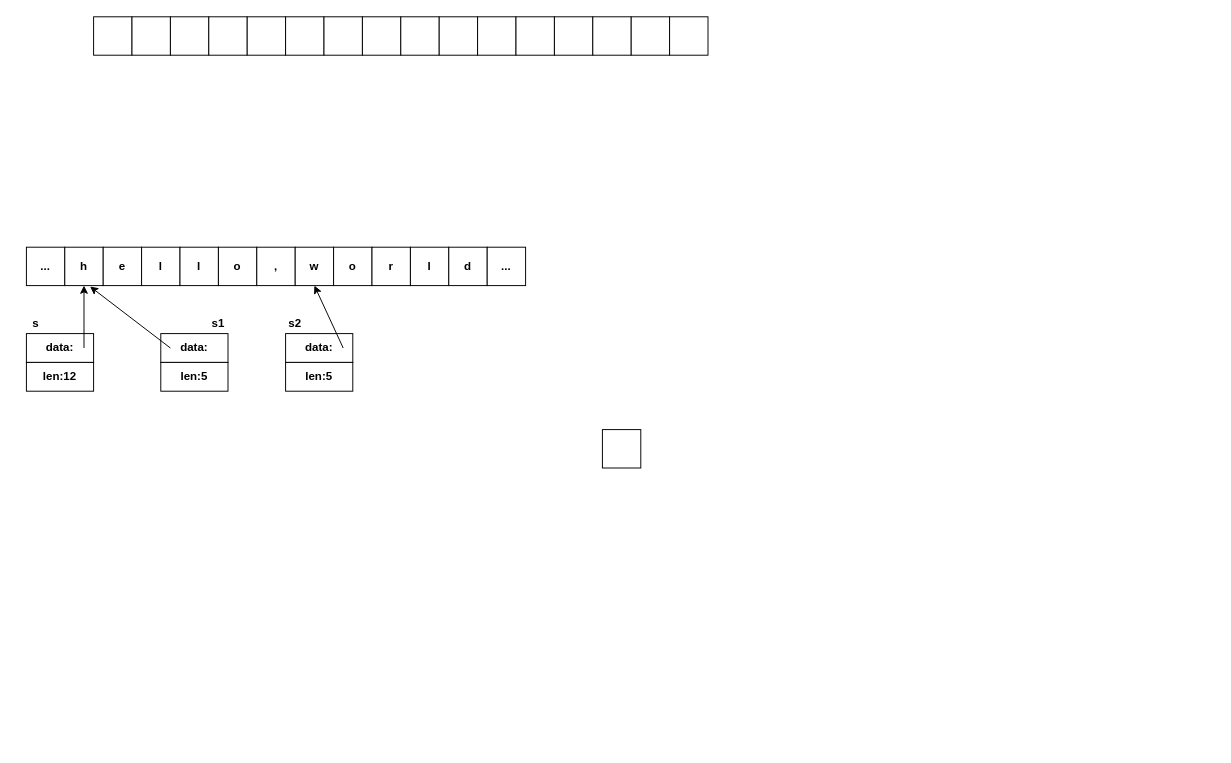
Before: go_basic.drawio in walkerdu/draw_io, a draw.io diagram. Source tidied: cells renumbered, new cells numbered last; positions are measured from the earlier drawing's top-left corner, leaving out a move shared by most shapes. Both pictures are drawn from the tidied source at 96%, with x=0, y=0 at pixel (16, 16).
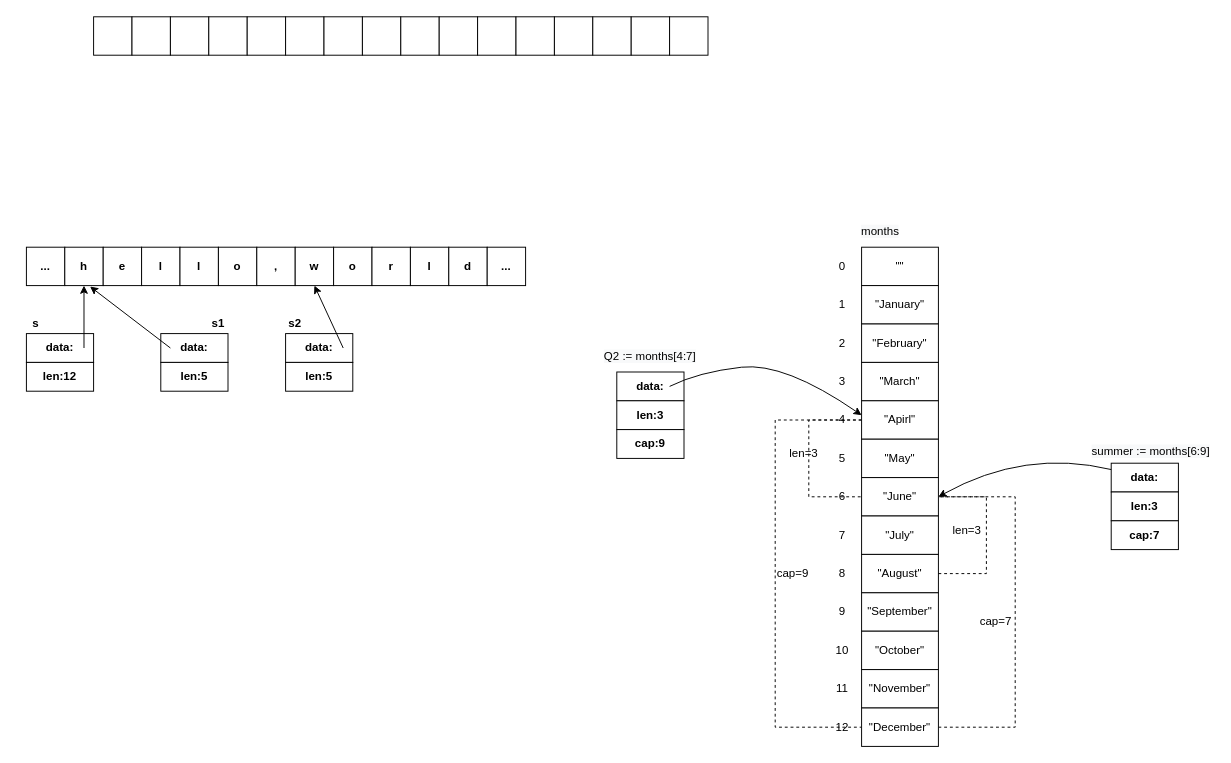
The same page after the edit.

What changed in the source:
```diff
@@
+    <mxCell id="47" style="strokeWidth=1;html=1;shape=mxgraph.flowchart.annotation_1;align=left;dashed=1;rotation=-180;" parent="1" vertex="1">
+      <mxGeometry x="960" y="500" width="80" height="240" as="geometry" />
+    </mxCell>
+    <mxCell id="48" value="cap=9" style="strokeWidth=1;html=1;shape=mxgraph.flowchart.annotation_1;align=left;dashed=1;" parent="1" vertex="1">
+      <mxGeometry x="790" y="420" width="90" height="320" as="geometry" />
+    </mxCell>
@@
-    <mxCell id="31" style="rounded=0;whiteSpace=wrap;html=1;" parent="1" vertex="1">
-      <mxGeometry x="610" y="430" width="40" height="40" as="geometry" />
+    <mxCell id="31" value="&quot;&quot;" style="rounded=0;whiteSpace=wrap;html=1;" parent="1" vertex="1">
+      <mxGeometry x="880" y="240" width="80" height="40" as="geometry" />
     </mxCell>
@@
+    <mxCell id="49" value="&quot;January&quot;" style="rounded=0;whiteSpace=wrap;html=1;" parent="1" vertex="1">
+      <mxGeometry x="880" y="280" width="80" height="40" as="geometry" />
+    </mxCell>
+    <mxCell id="50" value="&quot;February&quot;" style="rounded=0;whiteSpace=wrap;html=1;" parent="1" vertex="1">
+      <mxGeometry x="880" y="320" width="80" height="40" as="geometry" />
+    </mxCell>
+    <mxCell id="51" value="&quot;March&quot;" style="rounded=0;whiteSpace=wrap;html=1;" parent="1" vertex="1">
+      <mxGeometry x="880" y="360" width="80" height="40" as="geometry" />
+    </mxCell>
+    <mxCell id="52" value="&quot;Apirl&quot;" style="rounded=0;whiteSpace=wrap;html=1;" parent="1" vertex="1">
+      <mxGeometry x="880" y="400" width="80" height="40" as="geometry" />
+    </mxCell>
+    <mxCell id="53" value="&quot;May&quot;" style="rounded=0;whiteSpace=wrap;html=1;" parent="1" vertex="1">
+      <mxGeometry x="880" y="440" width="80" height="40" as="geometry" />
+    </mxCell>
+    <mxCell id="54" value="&quot;June&quot;" style="rounded=0;whiteSpace=wrap;html=1;" parent="1" vertex="1">
+      <mxGeometry x="880" y="480" width="80" height="40" as="geometry" />
+    </mxCell>
+    <mxCell id="55" value="&quot;July&quot;" style="rounded=0;whiteSpace=wrap;html=1;" parent="1" vertex="1">
+      <mxGeometry x="880" y="520" width="80" height="40" as="geometry" />
+    </mxCell>
+    <mxCell id="56" value="&quot;August&quot;" style="rounded=0;whiteSpace=wrap;html=1;" parent="1" vertex="1">
+      <mxGeometry x="880" y="560" width="80" height="40" as="geometry" />
+    </mxCell>
+    <mxCell id="57" value="&quot;September&quot;" style="rounded=0;whiteSpace=wrap;html=1;" parent="1" vertex="1">
+      <mxGeometry x="880" y="600" width="80" height="40" as="geometry" />
+    </mxCell>
+    <mxCell id="58" value="&quot;October&quot;" style="rounded=0;whiteSpace=wrap;html=1;" parent="1" vertex="1">
+      <mxGeometry x="880" y="640" width="80" height="40" as="geometry" />
+    </mxCell>
+    <mxCell id="59" value="&quot;November&quot;" style="rounded=0;whiteSpace=wrap;html=1;" parent="1" vertex="1">
+      <mxGeometry x="880" y="680" width="80" height="40" as="geometry" />
+    </mxCell>
+    <mxCell id="60" value="&quot;December&quot;" style="rounded=0;whiteSpace=wrap;html=1;" parent="1" vertex="1">
+      <mxGeometry x="880" y="720" width="80" height="40" as="geometry" />
+    </mxCell>
+    <mxCell id="61" value="0" style="text;html=1;strokeColor=none;fillColor=none;align=center;verticalAlign=middle;whiteSpace=wrap;rounded=0;" parent="1" vertex="1">
+      <mxGeometry x="840" y="250" width="40" height="20" as="geometry" />
+    </mxCell>
+    <mxCell id="62" value="1" style="text;html=1;strokeColor=none;fillColor=none;align=center;verticalAlign=middle;whiteSpace=wrap;rounded=0;" parent="1" vertex="1">
+      <mxGeometry x="840" y="290" width="40" height="20" as="geometry" />
+    </mxCell>
+    <mxCell id="63" value="2" style="text;html=1;strokeColor=none;fillColor=none;align=center;verticalAlign=middle;whiteSpace=wrap;rounded=0;" parent="1" vertex="1">
+      <mxGeometry x="840" y="330" width="40" height="20" as="geometry" />
+    </mxCell>
+    <mxCell id="64" value="3" style="text;html=1;strokeColor=none;fillColor=none;align=center;verticalAlign=middle;whiteSpace=wrap;rounded=0;" parent="1" vertex="1">
+      <mxGeometry x="840" y="370" width="40" height="20" as="geometry" />
+    </mxCell>
+    <mxCell id="65" value="4" style="text;html=1;strokeColor=none;fillColor=none;align=center;verticalAlign=middle;whiteSpace=wrap;rounded=0;" parent="1" vertex="1">
+      <mxGeometry x="840" y="410" width="40" height="20" as="geometry" />
+    </mxCell>
+    <mxCell id="66" value="5" style="text;html=1;strokeColor=none;fillColor=none;align=center;verticalAlign=middle;whiteSpace=wrap;rounded=0;" parent="1" vertex="1">
+      <mxGeometry x="840" y="450" width="40" height="20" as="geometry" />
+    </mxCell>
+    <mxCell id="67" value="6" style="text;html=1;strokeColor=none;fillColor=none;align=center;verticalAlign=middle;whiteSpace=wrap;rounded=0;" parent="1" vertex="1">
+      <mxGeometry x="840" y="490" width="40" height="20" as="geometry" />
+    </mxCell>
+    <mxCell id="68" value="7" style="text;html=1;strokeColor=none;fillColor=none;align=center;verticalAlign=middle;whiteSpace=wrap;rounded=0;" parent="1" vertex="1">
+      <mxGeometry x="840" y="530" width="40" height="20" as="geometry" />
+    </mxCell>
+    <mxCell id="69" value="8" style="text;html=1;strokeColor=none;fillColor=none;align=center;verticalAlign=middle;whiteSpace=wrap;rounded=0;" parent="1" vertex="1">
+      <mxGeometry x="840" y="570" width="40" height="20" as="geometry" />
+    </mxCell>
+    <mxCell id="70" value="9" style="text;html=1;strokeColor=none;fillColor=none;align=center;verticalAlign=middle;whiteSpace=wrap;rounded=0;" parent="1" vertex="1">
+      <mxGeometry x="840" y="610" width="40" height="20" as="geometry" />
+    </mxCell>
+    <mxCell id="71" value="10" style="text;html=1;strokeColor=none;fillColor=none;align=center;verticalAlign=middle;whiteSpace=wrap;rounded=0;" parent="1" vertex="1">
+      <mxGeometry x="840" y="650" width="40" height="20" as="geometry" />
+    </mxCell>
+    <mxCell id="72" value="11" style="text;html=1;strokeColor=none;fillColor=none;align=center;verticalAlign=middle;whiteSpace=wrap;rounded=0;" parent="1" vertex="1">
+      <mxGeometry x="840" y="690" width="40" height="20" as="geometry" />
+    </mxCell>
+    <mxCell id="73" value="12" style="text;html=1;strokeColor=none;fillColor=none;align=center;verticalAlign=middle;whiteSpace=wrap;rounded=0;" parent="1" vertex="1">
+      <mxGeometry x="840" y="730" width="40" height="20" as="geometry" />
+    </mxCell>
+    <mxCell id="74" value="&lt;span style=&quot;color: rgb(0 , 0 , 0) ; font-family: &amp;#34;helvetica&amp;#34; ; font-size: 12px ; font-style: normal ; font-weight: 400 ; letter-spacing: normal ; text-align: center ; text-indent: 0px ; text-transform: none ; word-spacing: 0px ; background-color: rgb(248 , 249 , 250) ; display: inline ; float: none&quot;&gt;months&lt;/span&gt;" style="text;whiteSpace=wrap;html=1;" parent="1" vertex="1">
+      <mxGeometry x="878" y="210" width="60" height="30" as="geometry" />
+    </mxCell>
+    <mxCell id="75" style="group;" parent="1" vertex="1">
+      <mxGeometry x="625" y="370" width="565" height="210" as="geometry" />
+    </mxCell>
+    <mxCell id="76" value="data:" style="rounded=0;whiteSpace=wrap;html=1;fontStyle=1;" parent="75" vertex="1">
+      <mxGeometry width="70" height="30" as="geometry" />
+    </mxCell>
+    <mxCell id="77" value="len:3" style="rounded=0;whiteSpace=wrap;html=1;fontStyle=1;" parent="75" vertex="1">
+      <mxGeometry y="30" width="70" height="30" as="geometry" />
+    </mxCell>
+    <mxCell id="78" style="group;" parent="75" vertex="1">
+      <mxGeometry x="515" y="95" width="70" height="60" as="geometry" />
+    </mxCell>
+    <mxCell id="79" value="data:" style="rounded=0;whiteSpace=wrap;html=1;fontStyle=1;" parent="78" vertex="1">
+      <mxGeometry width="70" height="30" as="geometry" />
+    </mxCell>
+    <mxCell id="80" value="len:3" style="rounded=0;whiteSpace=wrap;html=1;fontStyle=1;" parent="78" vertex="1">
+      <mxGeometry y="30" width="70" height="30" as="geometry" />
+    </mxCell>
+    <mxCell id="81" value="cap:7" style="rounded=0;whiteSpace=wrap;html=1;fontStyle=1;" parent="75" vertex="1">
+      <mxGeometry x="515" y="155" width="70" height="30" as="geometry" />
+    </mxCell>
+    <mxCell id="82" value="&lt;span style=&quot;color: rgb(0 , 0 , 0) ; font-family: &amp;#34;helvetica&amp;#34; ; font-size: 12px ; font-style: normal ; font-weight: 400 ; letter-spacing: normal ; text-align: center ; text-indent: 0px ; text-transform: none ; word-spacing: 0px ; background-color: rgb(248 , 249 , 250) ; display: inline ; float: none&quot;&gt;summer := months[6:9]&lt;/span&gt;" style="text;whiteSpace=wrap;html=1;" parent="75" vertex="1">
+      <mxGeometry x="493" y="69" width="130" height="30" as="geometry" />
+    </mxCell>
+    <mxCell id="83" style="strokeWidth=1;html=1;shape=mxgraph.flowchart.annotation_1;align=left;dashed=1;" parent="75" vertex="1">
+      <mxGeometry x="200" y="50" width="55" height="80" as="geometry" />
+    </mxCell>
+    <mxCell id="84" value="len=3" style="text;html=1;strokeColor=none;fillColor=none;align=center;verticalAlign=middle;whiteSpace=wrap;rounded=0;dashed=1;" parent="75" vertex="1">
+      <mxGeometry x="175" y="75" width="40" height="20" as="geometry" />
+    </mxCell>
+    <mxCell id="85" style="strokeWidth=1;html=1;shape=mxgraph.flowchart.annotation_1;align=left;dashed=1;rotation=-180;" parent="75" vertex="1">
+      <mxGeometry x="335" y="130" width="50" height="80" as="geometry" />
+    </mxCell>
+    <mxCell id="86" value="len=3" style="text;html=1;strokeColor=none;fillColor=none;align=center;verticalAlign=middle;whiteSpace=wrap;rounded=0;dashed=1;" parent="75" vertex="1">
+      <mxGeometry x="345" y="155" width="40" height="20" as="geometry" />
+    </mxCell>
+    <mxCell id="87" value="cap:9" style="rounded=0;whiteSpace=wrap;html=1;fontStyle=1;" parent="1" vertex="1">
+      <mxGeometry x="625" y="430" width="70" height="30" as="geometry" />
+    </mxCell>
+    <mxCell id="88" value="&lt;span style=&quot;color: rgb(0 , 0 , 0) ; font-family: &amp;#34;helvetica&amp;#34; ; font-size: 12px ; font-style: normal ; font-weight: 400 ; letter-spacing: normal ; text-align: center ; text-indent: 0px ; text-transform: none ; word-spacing: 0px ; background-color: rgb(248 , 249 , 250) ; display: inline ; float: none&quot;&gt;Q2 := months[4:7]&lt;/span&gt;" style="text;whiteSpace=wrap;html=1;" parent="1" vertex="1">
+      <mxGeometry x="610" y="340" width="100" height="30" as="geometry" />
+    </mxCell>
+    <mxCell id="89" style="curved=1;endArrow=classic;html=1;entryX=1;entryY=0.25;entryDx=0;entryDy=0;" parent="1" edge="1" target="65">
+      <mxGeometry relative="1" as="geometry">
+        <mxPoint x="680" y="385" as="sourcePoint" />
+        <Array as="points">
+          <mxPoint x="710" y="370" />
+          <mxPoint x="800" y="360" />
+        </Array>
+      </mxGeometry>
+    </mxCell>
+    <mxCell id="90" style="curved=1;endArrow=classic;html=1;" parent="1" edge="1" source="79">
+      <mxGeometry relative="1" as="geometry">
+        <mxPoint x="960" y="500" as="targetPoint" />
+        <Array as="points">
+          <mxPoint x="1050" y="450" />
+        </Array>
+      </mxGeometry>
+    </mxCell>
+    <mxCell id="91" value="cap=7" style="text;html=1;strokeColor=none;fillColor=none;align=center;verticalAlign=middle;whiteSpace=wrap;rounded=0;dashed=1;" parent="1" vertex="1">
+      <mxGeometry x="1000" y="620" width="40" height="20" as="geometry" />
+    </mxCell>
```
